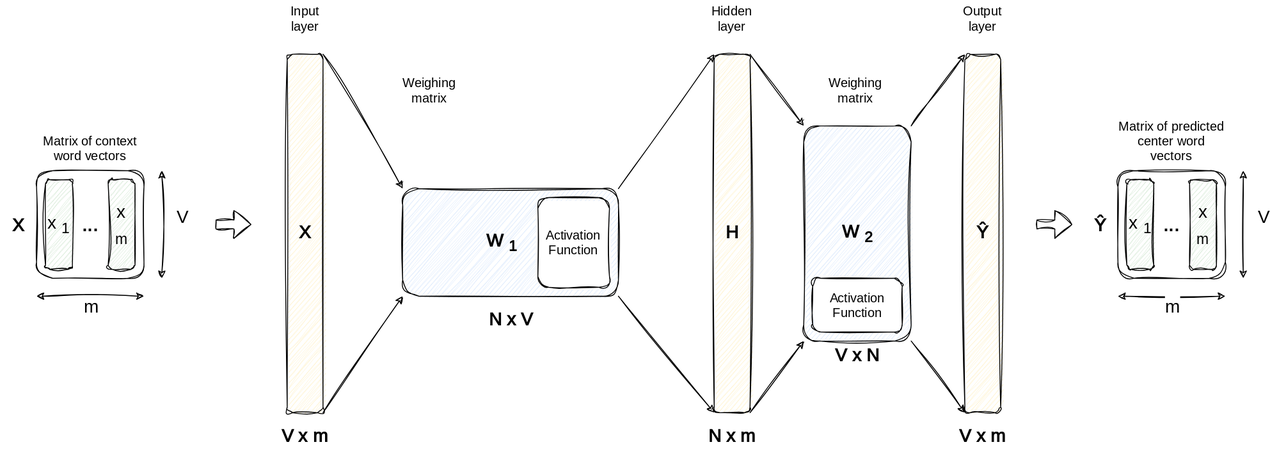
pkeilbach/htwg-practical-nlp keeps this draw.io diagram as docs/img/word-embeddings-cbow-architecture.drawio.svg. Above is the earlier version. Source tidied: cells renumbered, new cells last; positions are measured from the earlier drawing's top-left corner, leaving out a move shared by most shapes.
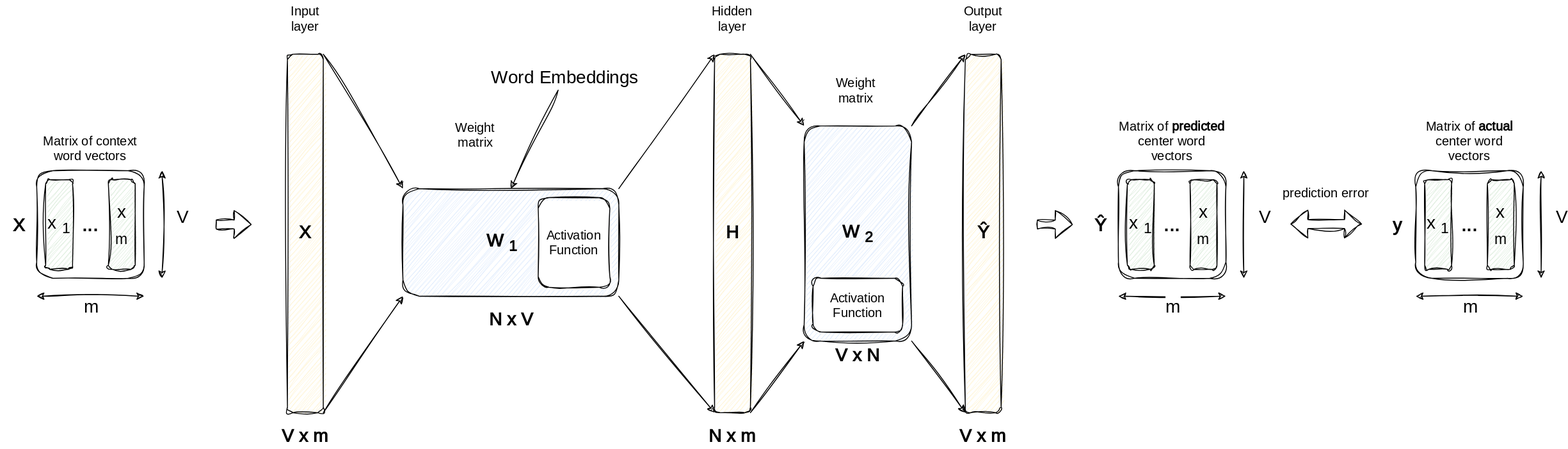
Above is the later version.

Commit message:
Fix cbow architecture chapter (#81)

Diff of the diagram source:
```diff
@@ -29,7 +29,7 @@
     <mxCell id="8" value="&lt;span style=&quot;font-weight: 700;&quot;&gt;Ŷ&lt;/span&gt;" style="text;html=1;strokeColor=none;fillColor=none;align=center;verticalAlign=middle;whiteSpace=wrap;rounded=0;sketch=1;hachureGap=4;jiggle=2;curveFitting=1;fontFamily=Architects Daughter;fontSource=https%3A%2F%2Ffonts.googleapis.com%2Fcss%3Ffamily%3DArchitects%2BDaughter;fontSize=20;" parent="7" vertex="1">
       <mxGeometry y="40" width="40" height="40" as="geometry" />
     </mxCell>
-    <mxCell id="9" value="Matrix of predicted center word vectors" style="rounded=1;whiteSpace=wrap;html=1;sketch=1;hachureGap=4;jiggle=2;curveFitting=1;fontFamily=Architects Daughter;fontSource=https%3A%2F%2Ffonts.googleapis.com%2Fcss%3Ffamily%3DArchitects%2BDaughter;fontSize=14;labelPosition=center;verticalLabelPosition=top;align=center;verticalAlign=bottom;spacingTop=0;spacingBottom=5;" parent="7" vertex="1">
+    <mxCell id="9" value="Matrix of &lt;b&gt;predicted&lt;/b&gt; center word vectors" style="rounded=1;whiteSpace=wrap;html=1;sketch=1;hachureGap=4;jiggle=2;curveFitting=1;fontFamily=Architects Daughter;fontSource=https%3A%2F%2Ffonts.googleapis.com%2Fcss%3Ffamily%3DArchitects%2BDaughter;fontSize=14;labelPosition=center;verticalLabelPosition=top;align=center;verticalAlign=bottom;spacingTop=0;spacingBottom=5;" parent="7" vertex="1">
       <mxGeometry x="40" width="120" height="120" as="geometry" />
     </mxCell>
     <mxCell id="10" value="x&lt;sub&gt;1&lt;/sub&gt;" style="rounded=1;whiteSpace=wrap;html=1;sketch=1;hachureGap=4;jiggle=2;curveFitting=1;fontFamily=Architects Daughter;fontSource=https%3A%2F%2Ffonts.googleapis.com%2Fcss%3Ffamily%3DArchitects%2BDaughter;fontSize=20;fillColor=#d5e8d4;strokeColor=#000000;" parent="7" vertex="1">
@@ -139,10 +139,10 @@
     <mxCell id="38" value="Activation Function" style="rounded=1;whiteSpace=wrap;html=1;sketch=1;hachureGap=4;jiggle=2;curveFitting=1;fontFamily=Architects Daughter;fontSource=https%3A%2F%2Ffonts.googleapis.com%2Fcss%3Ffamily%3DArchitects%2BDaughter;fontSize=14;" parent="1" vertex="1">
       <mxGeometry x="907" y="310" width="100" height="60" as="geometry" />
     </mxCell>
-    <mxCell id="39" value="Weighing matrix" style="text;html=1;strokeColor=none;fillColor=none;align=center;verticalAlign=middle;whiteSpace=wrap;rounded=0;sketch=1;hachureGap=4;jiggle=2;curveFitting=1;fontFamily=Architects Daughter;fontSource=https%3A%2F%2Ffonts.googleapis.com%2Fcss%3Ffamily%3DArchitects%2BDaughter;fontSize=14;" parent="1" vertex="1">
-      <mxGeometry x="449" y="80" width="60" height="40" as="geometry" />
+    <mxCell id="39" value="Weight matrix" style="text;html=1;strokeColor=none;fillColor=none;align=center;verticalAlign=middle;whiteSpace=wrap;rounded=0;sketch=1;hachureGap=4;jiggle=2;curveFitting=1;fontFamily=Architects Daughter;fontSource=https%3A%2F%2Ffonts.googleapis.com%2Fcss%3Ffamily%3DArchitects%2BDaughter;fontSize=14;" parent="1" vertex="1">
+      <mxGeometry x="500" y="130" width="60" height="40" as="geometry" />
     </mxCell>
-    <mxCell id="40" value="Weighing matrix" style="text;html=1;strokeColor=none;fillColor=none;align=center;verticalAlign=middle;whiteSpace=wrap;rounded=0;sketch=1;hachureGap=4;jiggle=2;curveFitting=1;fontFamily=Architects Daughter;fontSource=https%3A%2F%2Ffonts.googleapis.com%2Fcss%3Ffamily%3DArchitects%2BDaughter;fontSize=14;" parent="1" vertex="1">
+    <mxCell id="40" value="Weight matrix" style="text;html=1;strokeColor=none;fillColor=none;align=center;verticalAlign=middle;whiteSpace=wrap;rounded=0;sketch=1;hachureGap=4;jiggle=2;curveFitting=1;fontFamily=Architects Daughter;fontSource=https%3A%2F%2Ffonts.googleapis.com%2Fcss%3Ffamily%3DArchitects%2BDaughter;fontSize=14;" parent="1" vertex="1">
       <mxGeometry x="925" y="80" width="60" height="40" as="geometry" />
     </mxCell>
     <mxCell id="41" value="V x m" style="text;html=1;strokeColor=none;fillColor=none;align=center;verticalAlign=middle;whiteSpace=wrap;rounded=0;sketch=1;hachureGap=4;jiggle=2;curveFitting=1;fontFamily=Architects Daughter;fontSource=https%3A%2F%2Ffonts.googleapis.com%2Fcss%3Ffamily%3DArchitects%2BDaughter;fontSize=20;fontStyle=1;" parent="1" vertex="1">
@@ -169,5 +169,60 @@
     <mxCell id="48" value="V x N" style="text;html=1;strokeColor=none;fillColor=none;align=center;verticalAlign=middle;whiteSpace=wrap;rounded=0;sketch=1;hachureGap=4;jiggle=2;curveFitting=1;fontFamily=Architects Daughter;fontSource=https%3A%2F%2Ffonts.googleapis.com%2Fcss%3Ffamily%3DArchitects%2BDaughter;fontSize=20;fontStyle=1;" parent="1" vertex="1">
       <mxGeometry x="927" y="380" width="60" height="30" as="geometry" />
     </mxCell>
+    <mxCell id="49" style="edgeStyle=none;sketch=1;hachureGap=4;jiggle=2;curveFitting=1;html=1;fontFamily=Architects Daughter;fontSource=https%3A%2F%2Ffonts.googleapis.com%2Fcss%3Ffamily%3DArchitects%2BDaughter;fontSize=16;entryX=0.5;entryY=0;entryDx=0;entryDy=0;" parent="1" edge="1" source="50" target="27">
+      <mxGeometry relative="1" as="geometry" />
+    </mxCell>
+    <mxCell id="50" value="Word Embeddings" style="text;html=1;strokeColor=none;fillColor=none;align=center;verticalAlign=middle;whiteSpace=wrap;rounded=0;sketch=1;hachureGap=4;jiggle=2;curveFitting=1;fontFamily=Architects Daughter;fontSource=https%3A%2F%2Ffonts.googleapis.com%2Fcss%3Ffamily%3DArchitects%2BDaughter;fontSize=20;" parent="1" vertex="1">
+      <mxGeometry x="539.5" y="70" width="180" height="30" as="geometry" />
+    </mxCell>
+    <mxCell id="51" style="group;" parent="1" vertex="1">
+      <mxGeometry x="1540" y="190" width="180" height="140" as="geometry" />
+    </mxCell>
+    <mxCell id="52" value="&lt;span style=&quot;font-weight: 700;&quot;&gt;y&lt;/span&gt;" style="text;html=1;strokeColor=none;fillColor=none;align=center;verticalAlign=middle;whiteSpace=wrap;rounded=0;sketch=1;hachureGap=4;jiggle=2;curveFitting=1;fontFamily=Architects Daughter;fontSource=https%3A%2F%2Ffonts.googleapis.com%2Fcss%3Ffamily%3DArchitects%2BDaughter;fontSize=20;" parent="51" vertex="1">
+      <mxGeometry y="40" width="40" height="40" as="geometry" />
+    </mxCell>
+    <mxCell id="53" value="Matrix of &lt;b&gt;actual&lt;/b&gt; center word vectors" style="rounded=1;whiteSpace=wrap;html=1;sketch=1;hachureGap=4;jiggle=2;curveFitting=1;fontFamily=Architects Daughter;fontSource=https%3A%2F%2Ffonts.googleapis.com%2Fcss%3Ffamily%3DArchitects%2BDaughter;fontSize=14;labelPosition=center;verticalLabelPosition=top;align=center;verticalAlign=bottom;spacingTop=0;spacingBottom=5;" parent="51" vertex="1">
+      <mxGeometry x="40" width="120" height="120" as="geometry" />
+    </mxCell>
+    <mxCell id="54" value="x&lt;sub&gt;1&lt;/sub&gt;" style="rounded=1;whiteSpace=wrap;html=1;sketch=1;hachureGap=4;jiggle=2;curveFitting=1;fontFamily=Architects Daughter;fontSource=https%3A%2F%2Ffonts.googleapis.com%2Fcss%3Ffamily%3DArchitects%2BDaughter;fontSize=20;fillColor=#d5e8d4;strokeColor=#000000;" parent="51" vertex="1">
+      <mxGeometry x="50" y="10" width="30" height="100" as="geometry" />
+    </mxCell>
+    <mxCell id="55" value="x&lt;sub&gt;m&lt;/sub&gt;" style="rounded=1;whiteSpace=wrap;html=1;sketch=1;hachureGap=4;jiggle=2;curveFitting=1;fontFamily=Architects Daughter;fontSource=https%3A%2F%2Ffonts.googleapis.com%2Fcss%3Ffamily%3DArchitects%2BDaughter;fontSize=20;fillColor=#d5e8d4;strokeColor=#000000;" parent="51" vertex="1">
+      <mxGeometry x="120" y="10" width="30" height="100" as="geometry" />
+    </mxCell>
+    <mxCell id="56" value="..." style="text;html=1;strokeColor=none;fillColor=none;align=center;verticalAlign=middle;whiteSpace=wrap;rounded=0;sketch=1;hachureGap=4;jiggle=2;curveFitting=1;fontFamily=Architects Daughter;fontSource=https%3A%2F%2Ffonts.googleapis.com%2Fcss%3Ffamily%3DArchitects%2BDaughter;fontSize=20;fontStyle=1;" parent="51" vertex="1">
+      <mxGeometry x="80" y="45" width="40" height="30" as="geometry" />
+    </mxCell>
+    <mxCell id="57" style="endArrow=classic;startArrow=classic;html=1;sketch=1;hachureGap=4;jiggle=2;curveFitting=1;fontFamily=Architects Daughter;fontSource=https%3A%2F%2Ffonts.googleapis.com%2Fcss%3Ffamily%3DArchitects%2BDaughter;fontSize=20;verticalAlign=bottom;labelPosition=center;verticalLabelPosition=top;align=center;" parent="51" edge="1">
+      <mxGeometry relative="1" as="geometry">
+        <mxPoint x="40" y="140" as="sourcePoint" />
+        <mxPoint x="160" y="140" as="targetPoint" />
+      </mxGeometry>
+    </mxCell>
+    <mxCell id="58" value="m" style="edgeLabel;html=1;align=center;verticalAlign=middle;fontSize=20;fontFamily=Architects Daughter;" parent="57" vertex="1">
+      <mxGeometry x="-0.35" y="1" relative="1" as="geometry">
+        <mxPoint x="21" y="11" as="offset" />
+      </mxGeometry>
+    </mxCell>
+    <mxCell id="59" style="endArrow=classic;startArrow=classic;html=1;sketch=1;hachureGap=4;jiggle=2;curveFitting=1;fontFamily=Architects Daughter;fontSource=https%3A%2F%2Ffonts.googleapis.com%2Fcss%3Ffamily%3DArchitects%2BDaughter;fontSize=20;verticalAlign=bottom;labelPosition=center;verticalLabelPosition=top;align=center;" parent="51" edge="1">
+      <mxGeometry relative="1" as="geometry">
+        <mxPoint x="180" as="sourcePoint" />
+        <mxPoint x="180" y="120" as="targetPoint" />
+      </mxGeometry>
+    </mxCell>
+    <mxCell id="60" value="V" style="edgeLabel;html=1;align=center;verticalAlign=middle;fontSize=20;fontFamily=Architects Daughter;" parent="59" vertex="1">
+      <mxGeometry x="-0.35" y="1" relative="1" as="geometry">
+        <mxPoint x="21" y="11" as="offset" />
+      </mxGeometry>
+    </mxCell>
+    <mxCell id="61" style="shape=flexArrow;endArrow=classic;startArrow=classic;html=1;sketch=1;hachureGap=4;jiggle=2;curveFitting=1;fontFamily=Architects Daughter;fontSource=https%3A%2F%2Ffonts.googleapis.com%2Fcss%3Ffamily%3DArchitects%2BDaughter;fontSize=16;" parent="1" edge="1">
+      <mxGeometry relative="1" as="geometry">
+        <mxPoint x="1440" y="249.5" as="sourcePoint" />
+        <mxPoint x="1520" y="249.5" as="targetPoint" />
+      </mxGeometry>
+    </mxCell>
+    <mxCell id="62" value="prediction error" style="text;html=1;strokeColor=none;fillColor=none;align=center;verticalAlign=middle;whiteSpace=wrap;rounded=0;sketch=1;hachureGap=4;jiggle=2;curveFitting=1;fontFamily=Architects Daughter;fontSource=https%3A%2F%2Ffonts.googleapis.com%2Fcss%3Ffamily%3DArchitects%2BDaughter;fontSize=14;" parent="1" vertex="1">
+      <mxGeometry x="1430" y="200" width="100" height="30" as="geometry" />
+    </mxCell>
   </root>
 </mxGraphModel>
```
